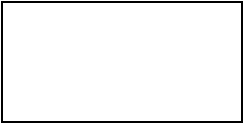
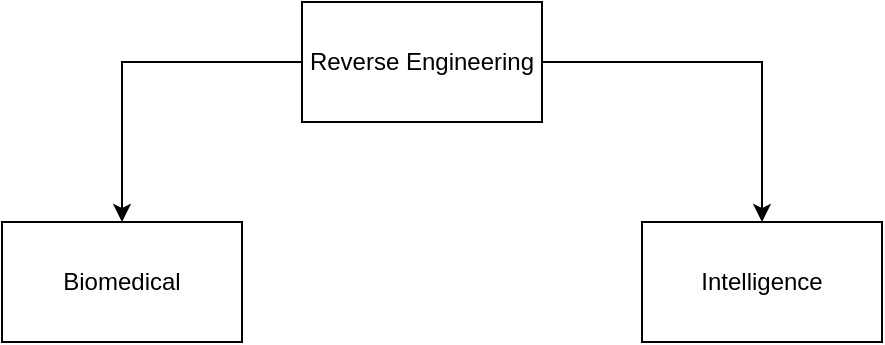
<mxfile host="Electron" agent="Mozilla/5.0 (Windows NT 10.0; Win64; x64) AppleWebKit/537.36 (KHTML, like Gecko) draw.io/28.2.5 Chrome/138.0.7204.251 Electron/37.6.1 Safari/537.36" version="28.2.5">
  <diagram name="modular-simulation-architecture" id="qXrk16josSS5RMTJha_P">
    <mxGraphModel dx="1111" dy="537" grid="1" gridSize="10" guides="1" tooltips="1" connect="1" arrows="1" fold="1" page="1" pageScale="1" pageWidth="827" pageHeight="1169" math="0" shadow="0">
      <root>
        <mxCell id="0" />
        <mxCell id="1" parent="0" />
-         <mxCell id="f5yAHaLEETokZ0z-WflU-1" value="" style="rounded=0;whiteSpace=wrap;html=1;" vertex="1" parent="1">
+         <mxCell id="5cxfpV9pVOomvWYgz-Cg-3" style="edgeStyle=orthogonalEdgeStyle;rounded=0;orthogonalLoop=1;jettySize=auto;html=1;entryX=0.5;entryY=0;entryDx=0;entryDy=0;" edge="1" parent="1" source="f5yAHaLEETokZ0z-WflU-1" target="5cxfpV9pVOomvWYgz-Cg-1">
+           <mxGeometry relative="1" as="geometry" />
+         </mxCell>
+         <mxCell id="5cxfpV9pVOomvWYgz-Cg-4" style="edgeStyle=orthogonalEdgeStyle;rounded=0;orthogonalLoop=1;jettySize=auto;html=1;exitX=1;exitY=0.5;exitDx=0;exitDy=0;entryX=0.5;entryY=0;entryDx=0;entryDy=0;" edge="1" parent="1" source="f5yAHaLEETokZ0z-WflU-1" target="5cxfpV9pVOomvWYgz-Cg-2">
+           <mxGeometry relative="1" as="geometry" />
+         </mxCell>
+         <mxCell id="f5yAHaLEETokZ0z-WflU-1" value="Reverse Engineering" style="rounded=0;whiteSpace=wrap;html=1;" parent="1" vertex="1">
          <mxGeometry x="350" y="250" width="120" height="60" as="geometry" />
+         </mxCell>
+         <mxCell id="5cxfpV9pVOomvWYgz-Cg-1" value="Biomedical" style="rounded=0;whiteSpace=wrap;html=1;" vertex="1" parent="1">
+           <mxGeometry x="200" y="360" width="120" height="60" as="geometry" />
+         </mxCell>
+         <mxCell id="5cxfpV9pVOomvWYgz-Cg-2" value="Intelligence" style="rounded=0;whiteSpace=wrap;html=1;" vertex="1" parent="1">
+           <mxGeometry x="520" y="360" width="120" height="60" as="geometry" />
        </mxCell>
      </root>
    </mxGraphModel>
  </diagram>
</mxfile>
